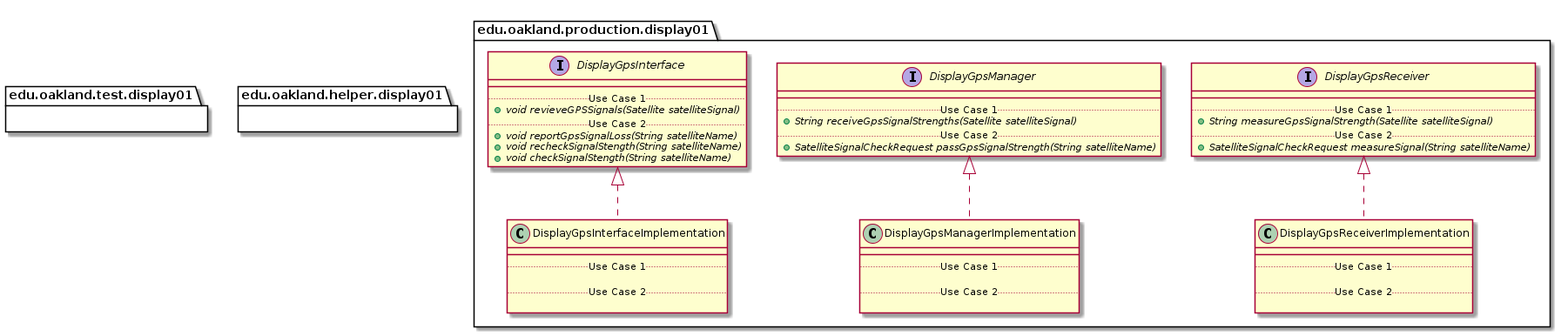
This is docs/uml-class-diagrams/display01/Display01Packages_DirectDependencies.png from andrewdimmer/csi-3370-software-project, a PlantUML export, as it was before one commit.
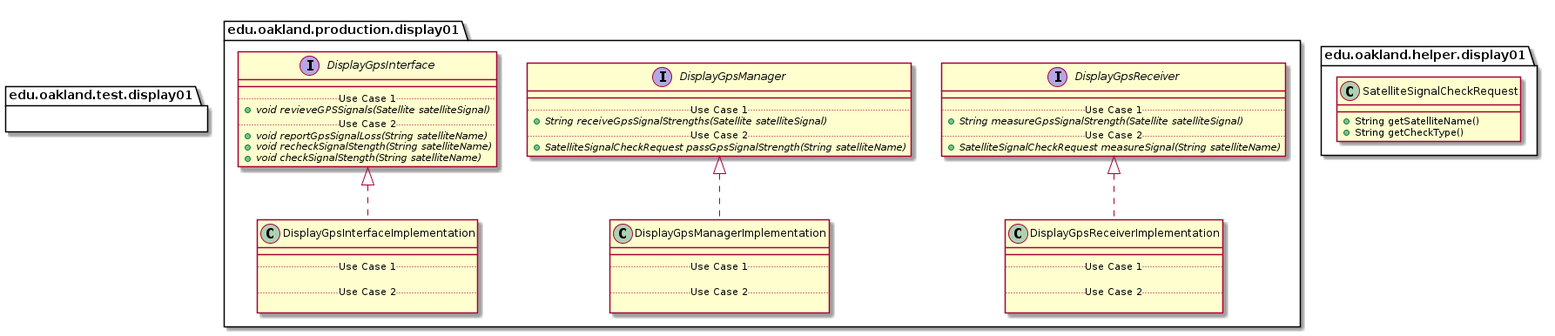
After the commit.

Change to the diagram source:
```diff
@@ -116,4 +116,13 @@
 }
 
 
+package edu.oakland.helper.display01 {
+    class SatelliteSignalCheckRequest {
+        + String getSatelliteName()
+        + String getCheckType()
+    }
+}
+
+
+
 @enduml
```
